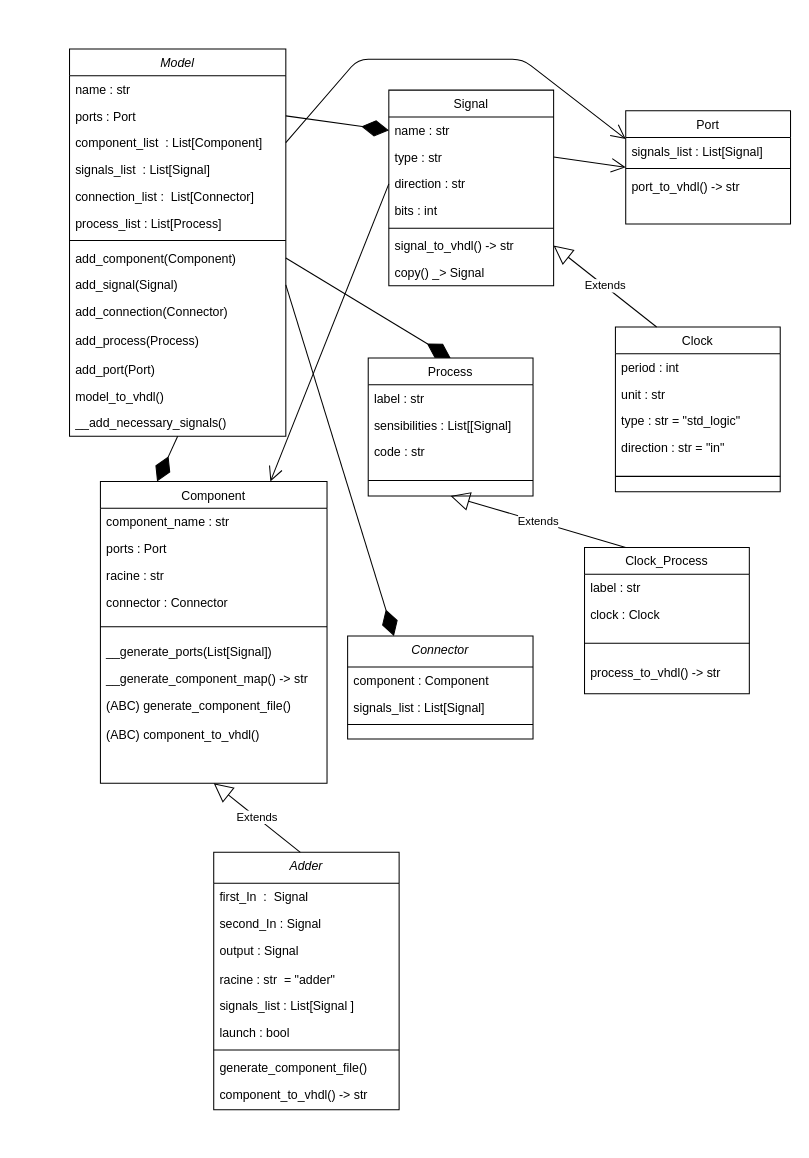
Earlier version of the draw.io diagram class_diagram.drawio (ltrBilal/VHDL_Model). Source tidied: cells renumbered, new cells numbered last; positions are measured from the earlier drawing's top-left corner, leaving out a move shared by most shapes. Both pictures are drawn from the tidied source at 103%, with x=0, y=0 at pixel (69, 48).
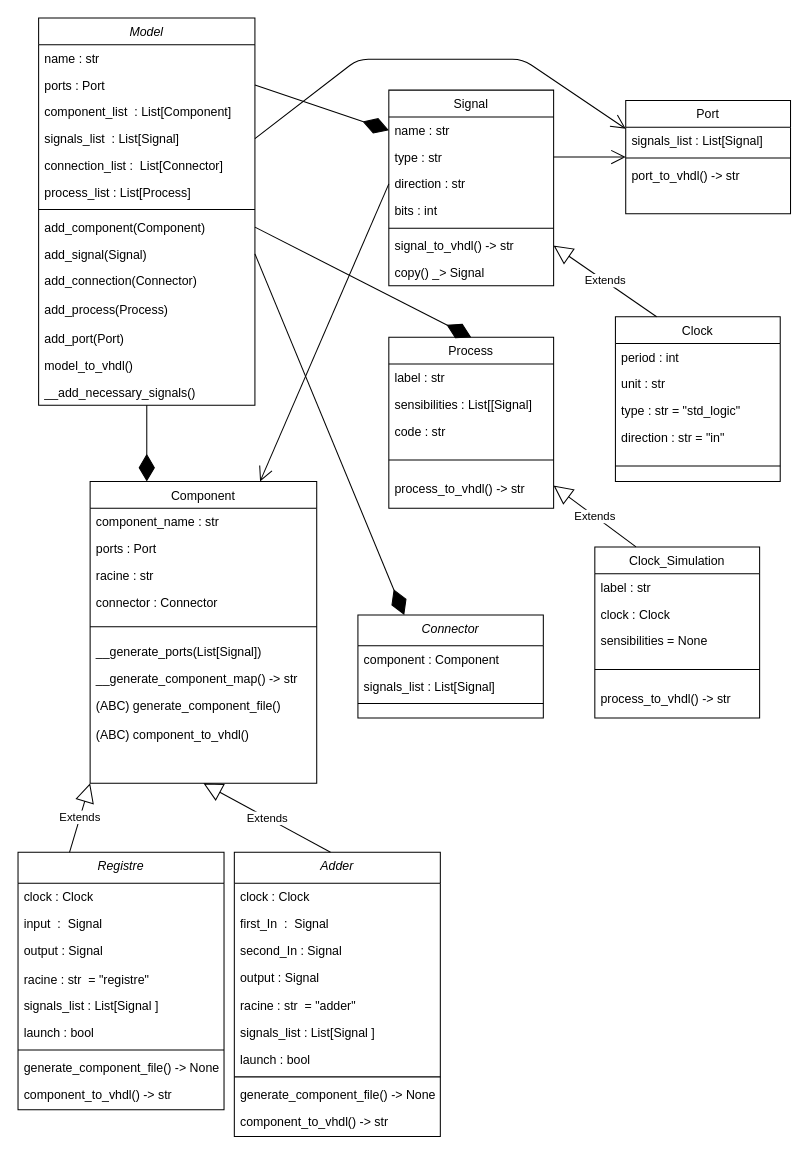
The same diagram, later.

The change refers to these unchanged cells:
```xml
<mxCell id="6" value="signals_list  : List[Signal]" style="text;align=left;verticalAlign=top;spacingLeft=4;spacingRight=4;overflow=hidden;points=[[0,0.5],[1,0.5]];portConstraint=eastwest;rounded=0;shadow=0;html=0;" parent="2" vertex="1">
  <mxGeometry y="104" width="210" height="26" as="geometry" />
</mxCell>
```

The edit, as a diff of the source:
```diff
@@
     <mxCell id="2" value="Model&#10;" style="swimlane;fontStyle=2;align=center;verticalAlign=top;horizontal=1;startSize=26;rounded=0;shadow=0;strokeWidth=1;" parent="1" vertex="1">
-      <mxGeometry width="210" height="376" as="geometry" />
+      <mxGeometry x="-30" y="-30" width="210" height="376" as="geometry" />
     </mxCell>
@@
     <mxCell id="17" value="Component" style="swimlane;fontStyle=0;align=center;verticalAlign=top;horizontal=1;startSize=26;rounded=0;shadow=0;strokeWidth=1;" parent="1" vertex="1">
-      <mxGeometry x="30" y="420" width="220" height="293" as="geometry" />
+      <mxGeometry x="20" y="420" width="220" height="293" as="geometry" />
     </mxCell>
@@
     <mxCell id="27" value="Clock" style="swimlane;fontStyle=0;align=center;verticalAlign=top;horizontal=1;startSize=26;rounded=0;shadow=0;strokeWidth=1;" parent="1" vertex="1">
-      <mxGeometry x="530" y="270" width="160" height="160" as="geometry" />
+      <mxGeometry x="530" y="260" width="160" height="160" as="geometry" />
     </mxCell>
@@
     <mxCell id="41" value="Adder" style="swimlane;fontStyle=2;align=center;verticalAlign=top;horizontal=1;startSize=30;rounded=0;shadow=0;strokeWidth=1;" parent="1" vertex="1">
-      <mxGeometry x="140" y="780" width="180" height="250" as="geometry" />
+      <mxGeometry x="160" y="780" width="200" height="276" as="geometry" />
     </mxCell>
-    <mxCell id="42" value="first_In  :  Signal" style="text;align=left;verticalAlign=top;spacingLeft=4;spacingRight=4;overflow=hidden;" parent="41" vertex="1">
-      <mxGeometry y="30" width="180" height="26" as="geometry" />
+    <mxCell id="42" value="clock : Clock" style="text;align=left;verticalAlign=top;spacingLeft=4;spacingRight=4;overflow=hidden;" parent="41" vertex="1">
+      <mxGeometry y="30" width="200" height="26" as="geometry" />
     </mxCell>
+    <mxCell id="79" value="first_In  :  Signal" style="text;align=left;verticalAlign=top;spacingLeft=4;spacingRight=4;overflow=hidden;" parent="41" vertex="1">
+      <mxGeometry y="56" width="200" height="26" as="geometry" />
+    </mxCell>
     <mxCell id="43" value="second_In : Signal" style="text;align=left;verticalAlign=top;spacingLeft=4;spacingRight=4;overflow=hidden;rounded=0;shadow=0;html=0;" parent="41" vertex="1">
-      <mxGeometry y="56" width="180" height="26" as="geometry" />
+      <mxGeometry y="82" width="200" height="26" as="geometry" />
     </mxCell>
     <mxCell id="44" value="output : Signal" style="text;align=left;verticalAlign=top;spacingLeft=4;spacingRight=4;overflow=hidden;rounded=0;shadow=0;html=0;" parent="41" vertex="1">
-      <mxGeometry y="82" width="180" height="28" as="geometry" />
+      <mxGeometry y="108" width="200" height="28" as="geometry" />
     </mxCell>
     <mxCell id="45" value="racine : str  = &quot;adder&quot;" style="text;align=left;verticalAlign=top;spacingLeft=4;spacingRight=4;overflow=hidden;" parent="41" vertex="1">
-      <mxGeometry y="110" width="180" height="26" as="geometry" />
+      <mxGeometry y="136" width="200" height="26" as="geometry" />
     </mxCell>
     <mxCell id="46" value="signals_list : List[Signal ]" style="text;align=left;verticalAlign=top;spacingLeft=4;spacingRight=4;overflow=hidden;" parent="41" vertex="1">
-      <mxGeometry y="136" width="180" height="26" as="geometry" />
+      <mxGeometry y="162" width="200" height="26" as="geometry" />
     </mxCell>
     <mxCell id="47" value="launch : bool" style="text;align=left;verticalAlign=top;spacingLeft=4;spacingRight=4;overflow=hidden;" parent="41" vertex="1">
-      <mxGeometry y="162" width="180" height="26" as="geometry" />
+      <mxGeometry y="188" width="200" height="26" as="geometry" />
     </mxCell>
     <mxCell id="48" style="line;html=1;strokeWidth=1;align=left;verticalAlign=middle;spacingTop=-1;spacingLeft=3;spacingRight=3;labelPosition=right;" parent="41" vertex="1">
-      <mxGeometry y="188" width="180" height="8" as="geometry" />
+      <mxGeometry y="214" width="200" height="8" as="geometry" />
     </mxCell>
-    <mxCell id="49" value="generate_component_file()" style="text;align=left;verticalAlign=top;spacingLeft=4;spacingRight=4;overflow=hidden;rounded=0;shadow=0;html=0;" parent="41" vertex="1">
-      <mxGeometry y="196" width="180" height="26" as="geometry" />
+    <mxCell id="49" value="generate_component_file() -&gt; None" style="text;align=left;verticalAlign=top;spacingLeft=4;spacingRight=4;overflow=hidden;rounded=0;shadow=0;html=0;" parent="41" vertex="1">
+      <mxGeometry y="222" width="200" height="26" as="geometry" />
     </mxCell>
     <mxCell id="50" value="component_to_vhdl() -&gt; str" style="text;align=left;verticalAlign=top;spacingLeft=4;spacingRight=4;overflow=hidden;rounded=0;shadow=0;html=0;" parent="41" vertex="1">
-      <mxGeometry y="222" width="180" height="28" as="geometry" />
+      <mxGeometry y="248" width="200" height="28" as="geometry" />
     </mxCell>
@@
     <mxCell id="55" value="Connector" style="swimlane;fontStyle=2;align=center;verticalAlign=top;horizontal=1;startSize=30;rounded=0;shadow=0;strokeWidth=1;" parent="1" vertex="1">
-      <mxGeometry x="270" y="570" width="180" height="100" as="geometry" />
+      <mxGeometry x="280" y="549.5" width="180" height="100" as="geometry" />
     </mxCell>
@@
     <mxCell id="60" value="Port" style="swimlane;fontStyle=0;align=center;verticalAlign=top;horizontal=1;startSize=26;rounded=0;shadow=0;strokeWidth=1;" parent="1" vertex="1">
-      <mxGeometry x="540" y="60" width="160" height="110" as="geometry" />
+      <mxGeometry x="540" y="50" width="160" height="110" as="geometry" />
     </mxCell>
@@
-    <mxCell id="65" style="endArrow=open;endFill=1;endSize=12;html=1;exitX=1;exitY=0.5;exitDx=0;exitDy=0;entryX=0;entryY=0.25;entryDx=0;entryDy=0;" parent="1" edge="1" target="60">
+    <mxCell id="65" style="endArrow=open;endFill=1;endSize=12;html=1;exitX=1;exitY=0.5;exitDx=0;exitDy=0;entryX=0;entryY=0.25;entryDx=0;entryDy=0;" parent="1" edge="1" source="6" target="60">
       <mxGeometry relative="1" as="geometry">
-        <mxPoint x="210" y="91" as="sourcePoint" />
         <Array as="points">
           <mxPoint x="280" y="10" />
           <mxPoint x="440" y="10" />
         </Array>
       </mxGeometry>
     </mxCell>
     <mxCell id="66" value="Process" style="swimlane;fontStyle=0;align=center;verticalAlign=top;horizontal=1;startSize=26;rounded=0;shadow=0;strokeWidth=1;" parent="1" vertex="1">
-      <mxGeometry x="290" y="300" width="160" height="134" as="geometry" />
+      <mxGeometry x="310" y="280" width="160" height="166" as="geometry" />
     </mxCell>
@@
+    <mxCell id="80" value="process_to_vhdl() -&gt; str" style="text;align=left;verticalAlign=top;spacingLeft=4;spacingRight=4;overflow=hidden;points=[[0,0.5],[1,0.5]];portConstraint=eastwest;" parent="66" vertex="1">
+      <mxGeometry y="134" width="160" height="32" as="geometry" />
+    </mxCell>
@@
-    <mxCell id="72" value="Clock_Process" style="swimlane;fontStyle=0;align=center;verticalAlign=top;horizontal=1;startSize=26;rounded=0;shadow=0;strokeWidth=1;" parent="1" vertex="1">
-      <mxGeometry x="500" y="484" width="160" height="142" as="geometry" />
+    <mxCell id="72" value="Clock_Simulation" style="swimlane;fontStyle=0;align=center;verticalAlign=top;horizontal=1;startSize=26;rounded=0;shadow=0;strokeWidth=1;" parent="1" vertex="1">
+      <mxGeometry x="510" y="483.5" width="160" height="166" as="geometry" />
     </mxCell>
@@
+    <mxCell id="81" value="sensibilities = None" style="text;align=left;verticalAlign=top;spacingLeft=4;spacingRight=4;overflow=hidden;" parent="72" vertex="1">
+      <mxGeometry y="78" width="160" height="26" as="geometry" />
+    </mxCell>
     <mxCell id="75" style="line;html=1;strokeWidth=1;align=left;verticalAlign=middle;spacingTop=-1;spacingLeft=3;spacingRight=3;labelPosition=right;" parent="72" vertex="1">
-      <mxGeometry y="78" width="160" height="30" as="geometry" />
+      <mxGeometry y="104" width="160" height="30" as="geometry" />
     </mxCell>
     <mxCell id="76" value="process_to_vhdl() -&gt; str" style="text;align=left;verticalAlign=top;spacingLeft=4;spacingRight=4;overflow=hidden;" parent="72" vertex="1">
-      <mxGeometry y="108" width="160" height="32" as="geometry" />
+      <mxGeometry y="134" width="160" height="32" as="geometry" />
     </mxCell>
-    <mxCell id="77" value="Extends" style="endArrow=block;endSize=16;endFill=0;html=1;rounded=0;exitX=0.25;exitY=0;exitDx=0;exitDy=0;entryX=0.5;entryY=1;entryDx=0;entryDy=0;" parent="1" edge="1" source="72" target="66">
+    <mxCell id="77" value="Extends" style="endArrow=block;endSize=16;endFill=0;html=1;rounded=0;exitX=0.25;exitY=0;exitDx=0;exitDy=0;entryX=1;entryY=0.313;entryDx=0;entryDy=0;entryPerimeter=0;" parent="1" edge="1" source="72" target="80">
       <mxGeometry relative="1" as="geometry" />
     </mxCell>
@@
+    <mxCell id="82" value="Registre" style="swimlane;fontStyle=2;align=center;verticalAlign=top;horizontal=1;startSize=30;rounded=0;shadow=0;strokeWidth=1;" parent="1" vertex="1">
+      <mxGeometry x="-50" y="780" width="200" height="250" as="geometry" />
+    </mxCell>
+    <mxCell id="83" value="clock : Clock" style="text;align=left;verticalAlign=top;spacingLeft=4;spacingRight=4;overflow=hidden;" parent="82" vertex="1">
+      <mxGeometry y="30" width="200" height="26" as="geometry" />
+    </mxCell>
+    <mxCell id="84" value="input  :  Signal" style="text;align=left;verticalAlign=top;spacingLeft=4;spacingRight=4;overflow=hidden;" parent="82" vertex="1">
+      <mxGeometry y="56" width="200" height="26" as="geometry" />
+    </mxCell>
+    <mxCell id="85" value="output : Signal" style="text;align=left;verticalAlign=top;spacingLeft=4;spacingRight=4;overflow=hidden;rounded=0;shadow=0;html=0;" parent="82" vertex="1">
+      <mxGeometry y="82" width="200" height="28" as="geometry" />
+    </mxCell>
+    <mxCell id="86" value="racine : str  = &quot;registre&quot;" style="text;align=left;verticalAlign=top;spacingLeft=4;spacingRight=4;overflow=hidden;" parent="82" vertex="1">
+      <mxGeometry y="110" width="200" height="26" as="geometry" />
+    </mxCell>
+    <mxCell id="87" value="signals_list : List[Signal ]" style="text;align=left;verticalAlign=top;spacingLeft=4;spacingRight=4;overflow=hidden;" parent="82" vertex="1">
+      <mxGeometry y="136" width="200" height="26" as="geometry" />
+    </mxCell>
+    <mxCell id="88" value="launch : bool" style="text;align=left;verticalAlign=top;spacingLeft=4;spacingRight=4;overflow=hidden;" parent="82" vertex="1">
+      <mxGeometry y="162" width="200" height="26" as="geometry" />
+    </mxCell>
+    <mxCell id="89" style="line;html=1;strokeWidth=1;align=left;verticalAlign=middle;spacingTop=-1;spacingLeft=3;spacingRight=3;labelPosition=right;" parent="82" vertex="1">
+      <mxGeometry y="188" width="200" height="8" as="geometry" />
+    </mxCell>
+    <mxCell id="90" value="generate_component_file() -&gt; None" style="text;align=left;verticalAlign=top;spacingLeft=4;spacingRight=4;overflow=hidden;rounded=0;shadow=0;html=0;" parent="82" vertex="1">
+      <mxGeometry y="196" width="200" height="26" as="geometry" />
+    </mxCell>
+    <mxCell id="91" value="component_to_vhdl() -&gt; str" style="text;align=left;verticalAlign=top;spacingLeft=4;spacingRight=4;overflow=hidden;rounded=0;shadow=0;html=0;" parent="82" vertex="1">
+      <mxGeometry y="222" width="200" height="28" as="geometry" />
+    </mxCell>
+    <mxCell id="92" value="Extends" style="endArrow=block;endSize=16;endFill=0;html=1;rounded=0;exitX=0.25;exitY=0;exitDx=0;exitDy=0;entryX=0;entryY=1;entryDx=0;entryDy=0;" parent="1" edge="1" source="82" target="17">
+      <mxGeometry relative="1" as="geometry" />
+    </mxCell>
```
